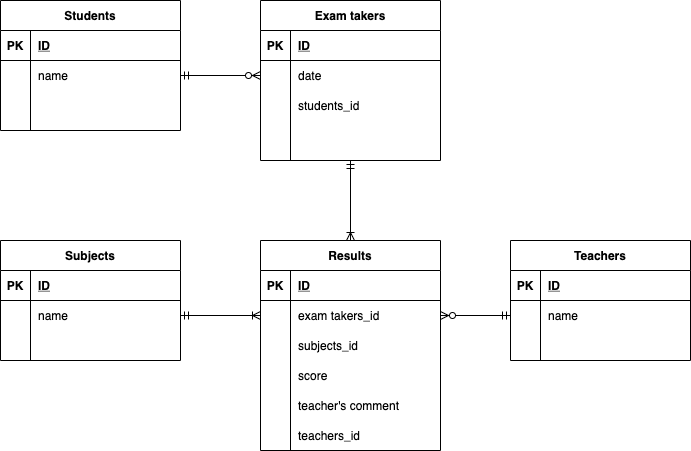
The draw.io diagram index.drawio.png in sohei24/coachtech-enshu5, before a commit. Source tidied: cells renumbered, new cells last; positions are measured from the earlier drawing's top-left corner, leaving out a move shared by most shapes.
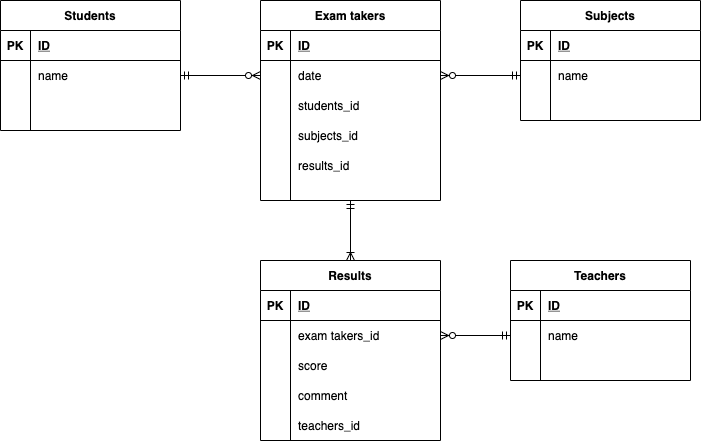
The same file after the commit.

Diff of the diagram source:
```diff
@@ -3,7 +3,7 @@
     <mxCell id="0" />
     <mxCell id="1" parent="0" />
     <mxCell id="2" value="Teachers" style="shape=table;startSize=30;rowLines=0;fontStyle=1;align=center;" parent="1" vertex="1">
-      <mxGeometry x="510" y="240" width="180" height="120" as="geometry" />
+      <mxGeometry x="510" y="260" width="180" height="120" as="geometry" />
     </mxCell>
     <mxCell id="3" style="shape=partialRectangle;fillColor=none;top=0;left=0;bottom=1;right=0;" parent="2" vertex="1">
       <mxGeometry y="30" width="180" height="30" as="geometry" />
@@ -33,7 +33,7 @@
       <mxGeometry x="30" width="150" height="30" as="geometry" />
     </mxCell>
     <mxCell id="12" value="Results" style="shape=table;startSize=30;rowLines=0;fontStyle=1;align=center;" parent="1" vertex="1">
-      <mxGeometry x="260" y="240" width="180" height="210" as="geometry" />
+      <mxGeometry x="260" y="260" width="180" height="180" as="geometry" />
     </mxCell>
     <mxCell id="13" style="shape=partialRectangle;fillColor=none;top=0;left=0;bottom=1;right=0;" parent="12" vertex="1">
       <mxGeometry y="30" width="180" height="30" as="geometry" />
@@ -53,17 +53,8 @@
     <mxCell id="18" value="exam takers_id" style="shape=partialRectangle;fillColor=none;top=0;left=0;bottom=0;right=0;align=left;spacingLeft=6;overflow=hidden;" parent="16" vertex="1">
       <mxGeometry x="30" width="150" height="30" as="geometry" />
     </mxCell>
-    <mxCell id="19" style="shape=partialRectangle;fillColor=none;top=0;left=0;bottom=0;right=0;" parent="12" vertex="1">
-      <mxGeometry y="90" width="180" height="30" as="geometry" />
-    </mxCell>
-    <mxCell id="20" style="shape=partialRectangle;fillColor=none;top=0;left=0;bottom=0;right=0;overflow=hidden;" parent="19" vertex="1">
-      <mxGeometry width="30" height="30" as="geometry" />
-    </mxCell>
-    <mxCell id="21" value="subjects_id" style="shape=partialRectangle;fillColor=none;top=0;left=0;bottom=0;right=0;align=left;spacingLeft=6;overflow=hidden;" parent="19" vertex="1">
-      <mxGeometry x="30" width="150" height="30" as="geometry" />
-    </mxCell>
     <mxCell id="22" style="shape=partialRectangle;fillColor=none;top=0;left=0;bottom=0;right=0;" parent="12" vertex="1">
-      <mxGeometry y="120" width="180" height="30" as="geometry" />
+      <mxGeometry y="90" width="180" height="30" as="geometry" />
     </mxCell>
     <mxCell id="23" style="shape=partialRectangle;fillColor=none;top=0;left=0;bottom=0;right=0;overflow=hidden;" parent="22" vertex="1">
       <mxGeometry width="30" height="30" as="geometry" />
@@ -72,16 +63,16 @@
       <mxGeometry x="30" width="150" height="30" as="geometry" />
     </mxCell>
     <mxCell id="25" style="shape=partialRectangle;fillColor=none;top=0;left=0;bottom=0;right=0;" parent="12" vertex="1">
-      <mxGeometry y="150" width="180" height="30" as="geometry" />
+      <mxGeometry y="120" width="180" height="30" as="geometry" />
     </mxCell>
     <mxCell id="26" style="shape=partialRectangle;fillColor=none;top=0;left=0;bottom=0;right=0;overflow=hidden;" parent="25" vertex="1">
       <mxGeometry width="30" height="30" as="geometry" />
     </mxCell>
-    <mxCell id="27" value="teacher's comment" style="shape=partialRectangle;fillColor=none;top=0;left=0;bottom=0;right=0;align=left;spacingLeft=6;overflow=hidden;" parent="25" vertex="1">
+    <mxCell id="27" value="comment" style="shape=partialRectangle;fillColor=none;top=0;left=0;bottom=0;right=0;align=left;spacingLeft=6;overflow=hidden;" parent="25" vertex="1">
       <mxGeometry x="30" width="150" height="30" as="geometry" />
     </mxCell>
     <mxCell id="28" style="shape=partialRectangle;fillColor=none;top=0;left=0;bottom=0;right=0;" parent="12" vertex="1">
-      <mxGeometry y="180" width="180" height="30" as="geometry" />
+      <mxGeometry y="150" width="180" height="30" as="geometry" />
     </mxCell>
     <mxCell id="29" style="shape=partialRectangle;fillColor=none;top=0;left=0;bottom=0;right=0;overflow=hidden;" parent="28" vertex="1">
       <mxGeometry width="30" height="30" as="geometry" />
@@ -90,7 +81,7 @@
       <mxGeometry x="30" width="150" height="30" as="geometry" />
     </mxCell>
     <mxCell id="31" value="Subjects" style="shape=table;startSize=30;rowLines=0;fontStyle=1;align=center;" parent="1" vertex="1">
-      <mxGeometry y="240" width="180" height="120" as="geometry" />
+      <mxGeometry x="520" width="180" height="120" as="geometry" />
     </mxCell>
     <mxCell id="32" style="shape=partialRectangle;fillColor=none;top=0;left=0;bottom=1;right=0;" parent="31" vertex="1">
       <mxGeometry y="30" width="180" height="30" as="geometry" />
@@ -123,7 +114,7 @@
       <mxGeometry relative="1" as="geometry" />
     </mxCell>
     <mxCell id="42" value="Exam takers" style="shape=table;startSize=30;rowLines=0;fontStyle=1;align=center;" parent="1" vertex="1">
-      <mxGeometry x="260" width="180" height="160" as="geometry" />
+      <mxGeometry x="260" width="180" height="200" as="geometry" />
     </mxCell>
     <mxCell id="43" style="shape=partialRectangle;fillColor=none;top=0;left=0;bottom=1;right=0;" parent="42" vertex="1">
       <mxGeometry y="30" width="180" height="30" as="geometry" />
@@ -158,7 +149,7 @@
     <mxCell id="53" style="shape=partialRectangle;fillColor=none;top=0;left=0;bottom=0;right=0;overflow=hidden;" parent="52" vertex="1">
       <mxGeometry width="30" height="30" as="geometry" />
     </mxCell>
-    <mxCell id="54" style="shape=partialRectangle;fillColor=none;top=0;left=0;bottom=0;right=0;align=left;spacingLeft=6;overflow=hidden;" parent="52" vertex="1">
+    <mxCell id="54" value="subjects_id" style="shape=partialRectangle;fillColor=none;top=0;left=0;bottom=0;right=0;align=left;spacingLeft=6;overflow=hidden;" parent="52" vertex="1">
       <mxGeometry x="30" width="150" height="30" as="geometry" />
     </mxCell>
     <mxCell id="55" value="Students" style="shape=table;startSize=30;rowLines=0;fontStyle=1;align=center;" parent="1" vertex="1">
@@ -185,11 +176,20 @@
     <mxCell id="62" style="rounded=0;jettySize=auto;html=1;exitX=0;exitY=0.5;exitDx=0;exitDy=0;entryX=1;entryY=0.5;entryDx=0;entryDy=0;startArrow=ERzeroToMany;startFill=1;endArrow=ERmandOne;endFill=0;" parent="1" edge="1" source="46" target="59">
       <mxGeometry relative="1" as="geometry" />
     </mxCell>
-    <mxCell id="63" style="edgeStyle=none;rounded=0;jettySize=auto;html=1;exitX=1;exitY=0.5;exitDx=0;exitDy=0;entryX=0;entryY=0.5;entryDx=0;entryDy=0;startArrow=ERmandOne;startFill=0;endArrow=ERoneToMany;endFill=0;" parent="1" edge="1" source="35" target="16">
-      <mxGeometry relative="1" as="geometry" />
-    </mxCell>
     <mxCell id="64" style="edgeStyle=none;rounded=0;jettySize=auto;html=1;exitX=1;exitY=0.5;exitDx=0;exitDy=0;entryX=0;entryY=0.5;entryDx=0;entryDy=0;startArrow=ERzeroToMany;startFill=1;endArrow=ERmandOne;endFill=0;" parent="1" edge="1" source="16" target="6">
       <mxGeometry relative="1" as="geometry" />
     </mxCell>
+    <mxCell id="65" style="rounded=0;jettySize=auto;html=1;endArrow=ERmandOne;endFill=0;startArrow=ERzeroToMany;startFill=1;" parent="1" edge="1" source="46" target="35">
+      <mxGeometry relative="1" as="geometry" />
+    </mxCell>
+    <mxCell id="66" style="shape=partialRectangle;fillColor=none;top=0;left=0;bottom=0;right=0;" parent="1" vertex="1">
+      <mxGeometry x="260" y="150" width="180" height="30" as="geometry" />
+    </mxCell>
+    <mxCell id="20" style="shape=partialRectangle;fillColor=none;top=0;left=0;bottom=0;right=0;overflow=hidden;" parent="66" vertex="1">
+      <mxGeometry width="30" height="30" as="geometry" />
+    </mxCell>
+    <mxCell id="67" value="results_id" style="shape=partialRectangle;fillColor=none;top=0;left=0;bottom=0;right=0;align=left;spacingLeft=6;overflow=hidden;" parent="66" vertex="1">
+      <mxGeometry x="30" width="150" height="30" as="geometry" />
+    </mxCell>
   </root>
 </mxGraphModel>
```
